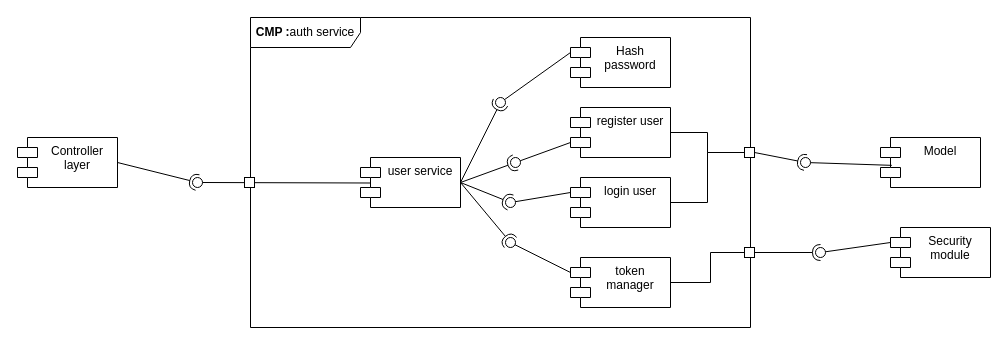
jacopobellosi/Bellosi-Montanelli-Tempobono keeps this draw.io diagram as page "Auth_detailed_view" (6 of 7) of DD/LaTeXCode/images/drawio/Component_diagram.drawio. Above is the earlier version. Source tidied: cells renumbered, new cells numbered last; positions are measured from the earlier drawing's top-left corner, leaving out a move shared by most shapes. Both pictures are drawn from the tidied source at 100%, with x=0, y=0 at pixel (17, 17).
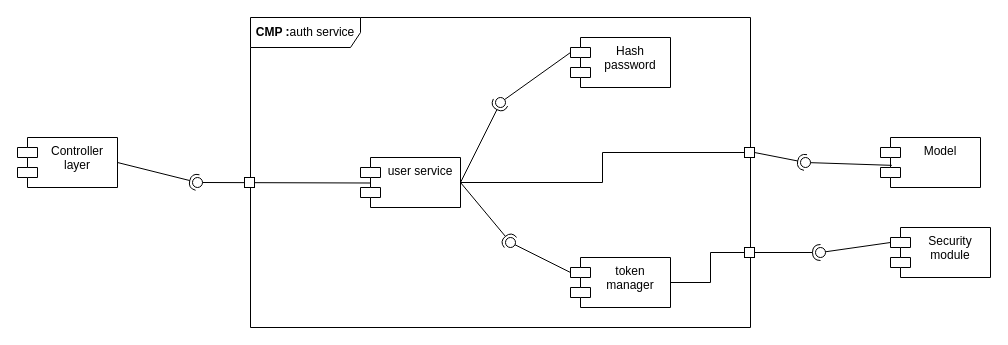
The same diagram, later.

The change refers to these unchanged cells:
```xml
<mxCell id="7" value="user service" style="shape=module;align=left;spacingLeft=20;align=center;verticalAlign=top;whiteSpace=wrap;html=1;" parent="1" vertex="1">
  <mxGeometry x="343" y="140" width="100" height="50" as="geometry" />
</mxCell>
<mxCell id="17" style="ellipse;whiteSpace=wrap;html=1;align=center;fillColor=none;strokeColor=none;perimeter=centerPerimeter;points=[];outlineConnect=1;" parent="1" vertex="1">
  <mxGeometry x="493" y="140" width="10" height="10" as="geometry" />
</mxCell>
<mxCell id="20" style="ellipse;whiteSpace=wrap;html=1;align=center;fillColor=none;strokeColor=none;perimeter=centerPerimeter;points=[];outlineConnect=1;" parent="1" vertex="1">
  <mxGeometry x="488" y="180" width="10" height="10" as="geometry" />
</mxCell>
<mxCell id="32" style="rounded=0;whiteSpace=wrap;html=1;" parent="1" vertex="1">
  <mxGeometry x="727" y="130" width="10" height="10" as="geometry" />
</mxCell>
```

What changed in the source:
```diff
@@
-    <mxCell id="10" value="register user" style="shape=module;align=left;spacingLeft=20;align=center;verticalAlign=top;whiteSpace=wrap;html=1;" parent="1" vertex="1">
-      <mxGeometry x="553" y="90" width="100" height="50" as="geometry" />
-    </mxCell>
-    <mxCell id="11" value="login user" style="shape=module;align=left;spacingLeft=20;align=center;verticalAlign=top;whiteSpace=wrap;html=1;" parent="1" vertex="1">
-      <mxGeometry x="553" y="160" width="100" height="50" as="geometry" />
-    </mxCell>
@@
-    <mxCell id="15" style="rounded=0;jettySize=auto;html=1;endArrow=halfCircle;endFill=0;endSize=6;strokeWidth=1;sketch=0;exitX=1;exitY=0.5;exitDx=0;exitDy=0;" parent="1" edge="1" source="7" target="17">
-      <mxGeometry relative="1" as="geometry" />
-    </mxCell>
-    <mxCell id="16" style="rounded=0;jettySize=auto;html=1;endArrow=oval;endFill=0;sketch=0;sourcePerimeterSpacing=0;targetPerimeterSpacing=0;endSize=10;exitX=0;exitY=0;exitDx=0;exitDy=35;exitPerimeter=0;" parent="1" edge="1" source="10" target="17">
-      <mxGeometry relative="1" as="geometry" />
-    </mxCell>
@@
-    <mxCell id="18" style="rounded=0;jettySize=auto;html=1;endArrow=halfCircle;endFill=0;endSize=6;strokeWidth=1;sketch=0;exitX=1;exitY=0.5;exitDx=0;exitDy=0;" parent="1" edge="1" source="7" target="20">
-      <mxGeometry relative="1" as="geometry" />
-    </mxCell>
-    <mxCell id="19" style="rounded=0;jettySize=auto;html=1;endArrow=oval;endFill=0;sketch=0;sourcePerimeterSpacing=0;targetPerimeterSpacing=0;endSize=10;exitX=0;exitY=0;exitDx=0;exitDy=15;exitPerimeter=0;" parent="1" edge="1" source="11" target="20">
-      <mxGeometry relative="1" as="geometry" />
-    </mxCell>
@@
-    <mxCell id="30" style="edgeStyle=orthogonalEdgeStyle;rounded=0;jettySize=auto;html=1;entryX=1;entryY=0.5;entryDx=0;entryDy=0;endArrow=none;endFill=0;" parent="1" edge="1" source="32" target="10">
+    <mxCell id="30" style="edgeStyle=orthogonalEdgeStyle;rounded=0;jettySize=auto;html=1;entryX=1;entryY=0.5;entryDx=0;entryDy=0;endArrow=none;endFill=0;" parent="1" edge="1" source="32" target="7">
       <mxGeometry relative="1" as="geometry" />
     </mxCell>
-    <mxCell id="31" style="edgeStyle=orthogonalEdgeStyle;rounded=0;jettySize=auto;html=1;entryX=1;entryY=0.5;entryDx=0;entryDy=0;endArrow=none;endFill=0;" parent="1" edge="1" source="32" target="11">
-      <mxGeometry relative="1" as="geometry" />
-    </mxCell>
```
